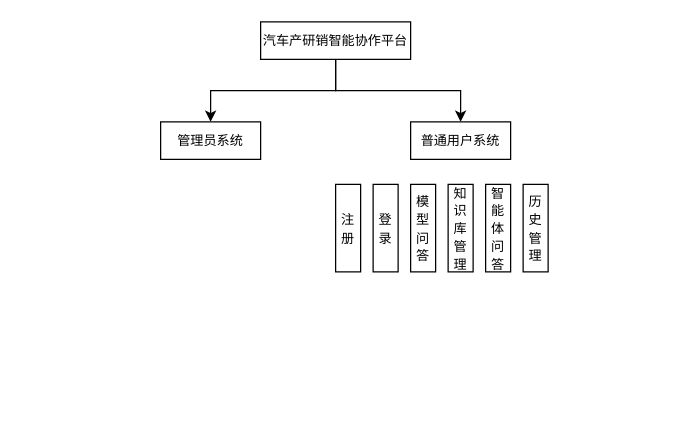
Earlier version of the draw.io diagram 系统功能模块.drawio (Chentx1243/draw.io). Source tidied: cells renumbered, new cells numbered last; positions are measured from the earlier drawing's top-left corner, leaving out a move shared by most shapes. Both pictures are drawn from the tidied source at 125%, with x=0, y=0 at pixel (160, 21).
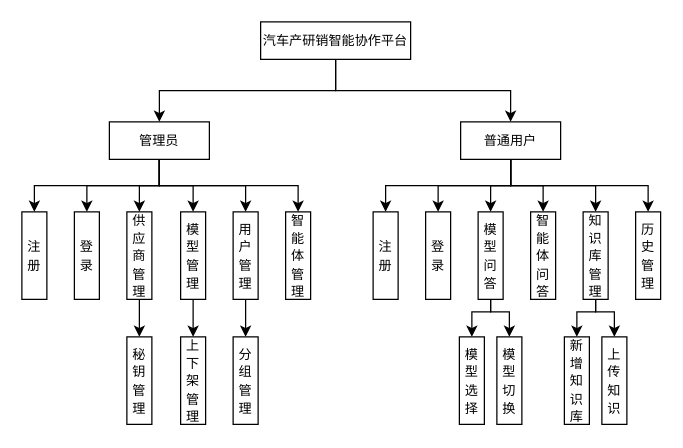
The same page after the edit.

Commit message (it also covers changes not shown here):
更新系统功能模块.drawio

The change refers to these unchanged cells:
```xml
<mxCell id="4" value="&lt;div class=&quot;lake-content&quot;&gt;&lt;span class=&quot;ne-text&quot; style=&quot;&quot;&gt;&lt;font face=&quot;宋体&quot; style=&quot;font-size: 10.5px;&quot;&gt;汽车产研销智能协作平台&lt;/font&gt;&lt;/span&gt;&lt;/div&gt;" style="rounded=0;whiteSpace=wrap;html=1;" parent="1" vertex="1">
  <mxGeometry x="80" width="120" height="30" as="geometry" />
</mxCell>
```

What changed in the source:
```diff
@@
+    <mxCell id="13" style="edgeStyle=orthogonalEdgeStyle;rounded=0;jettySize=auto;html=1;" parent="1" edge="1" source="14" target="44">
+      <mxGeometry relative="1" as="geometry" />
+    </mxCell>
+    <mxCell id="14" value="&lt;div class=&quot;lake-content&quot;&gt;&lt;span class=&quot;ne-text&quot; style=&quot;&quot;&gt;&lt;font face=&quot;宋体&quot; style=&quot;font-size: 10.5px;&quot;&gt;模型管理&lt;/font&gt;&lt;/span&gt;&lt;/div&gt;" style="rounded=0;whiteSpace=wrap;html=1;" parent="1" vertex="1">
+      <mxGeometry x="16" y="152" width="20" height="70" as="geometry" />
+    </mxCell>
+    <mxCell id="15" style="edgeStyle=orthogonalEdgeStyle;rounded=0;jettySize=auto;html=1;" parent="1" edge="1" source="16" target="43">
+      <mxGeometry relative="1" as="geometry" />
+    </mxCell>
+    <mxCell id="16" value="&lt;div class=&quot;lake-content&quot;&gt;&lt;span class=&quot;ne-text&quot; style=&quot;&quot;&gt;&lt;font face=&quot;宋体&quot; style=&quot;font-size: 10.5px;&quot;&gt;供应商管理&lt;/font&gt;&lt;/span&gt;&lt;/div&gt;" style="rounded=0;whiteSpace=wrap;html=1;" parent="1" vertex="1">
+      <mxGeometry x="-27" y="152" width="20" height="70" as="geometry" />
+    </mxCell>
+    <mxCell id="17" style="edgeStyle=orthogonalEdgeStyle;rounded=0;jettySize=auto;html=1;" parent="1" edge="1" source="18" target="42">
+      <mxGeometry relative="1" as="geometry" />
+    </mxCell>
+    <mxCell id="18" value="&lt;div class=&quot;lake-content&quot;&gt;&lt;span class=&quot;ne-text&quot; style=&quot;&quot;&gt;&lt;font face=&quot;宋体&quot; style=&quot;font-size: 10.5px;&quot;&gt;用户管理&lt;/font&gt;&lt;/span&gt;&lt;/div&gt;" style="rounded=0;whiteSpace=wrap;html=1;" parent="1" vertex="1">
+      <mxGeometry x="58" y="152" width="20" height="70" as="geometry" />
+    </mxCell>
+    <mxCell id="19" value="&lt;div class=&quot;lake-content&quot;&gt;&lt;font face=&quot;宋体&quot;&gt;&lt;span style=&quot;font-size: 10.5px;&quot;&gt;智能体管理&lt;/span&gt;&lt;/font&gt;&lt;/div&gt;" style="rounded=0;whiteSpace=wrap;html=1;" parent="1" vertex="1">
+      <mxGeometry x="100" y="152" width="20" height="70" as="geometry" />
+    </mxCell>
+    <mxCell id="20" value="&lt;div class=&quot;lake-content&quot;&gt;&lt;span class=&quot;ne-text&quot; style=&quot;&quot;&gt;&lt;font face=&quot;宋体&quot; style=&quot;font-size: 10.5px;&quot;&gt;登录&lt;/font&gt;&lt;/span&gt;&lt;/div&gt;" style="rounded=0;whiteSpace=wrap;html=1;" parent="1" vertex="1">
+      <mxGeometry x="-69" y="152" width="20" height="70" as="geometry" />
+    </mxCell>
+    <mxCell id="21" value="&lt;div class=&quot;lake-content&quot;&gt;&lt;span class=&quot;ne-text&quot; style=&quot;&quot;&gt;&lt;font face=&quot;宋体&quot; style=&quot;font-size: 10.5px;&quot;&gt;注册&lt;/font&gt;&lt;/span&gt;&lt;/div&gt;" style="rounded=0;whiteSpace=wrap;html=1;" parent="1" vertex="1">
+      <mxGeometry x="-111" y="152" width="20" height="70" as="geometry" />
+    </mxCell>
-    <mxCell id="2" style="edgeStyle=orthogonalEdgeStyle;rounded=0;jettySize=auto;html=1;entryX=0.5;entryY=0;entryDx=0;entryDy=0;" parent="1" edge="1" source="4" target="5">
+    <mxCell id="2" style="edgeStyle=orthogonalEdgeStyle;rounded=0;jettySize=auto;html=1;entryX=0.5;entryY=0;entryDx=0;entryDy=0;exitX=0.5;exitY=1;exitDx=0;exitDy=0;" parent="1" edge="1" source="4" target="5">
       <mxGeometry relative="1" as="geometry" />
     </mxCell>
-    <mxCell id="3" style="edgeStyle=orthogonalEdgeStyle;rounded=0;jettySize=auto;html=1;entryX=0.5;entryY=0;entryDx=0;entryDy=0;" parent="1" edge="1" source="4" target="6">
+    <mxCell id="3" style="edgeStyle=orthogonalEdgeStyle;rounded=0;jettySize=auto;html=1;entryX=0.5;entryY=0;entryDx=0;entryDy=0;exitX=0.5;exitY=1;exitDx=0;exitDy=0;" parent="1" edge="1" source="4" target="6">
       <mxGeometry relative="1" as="geometry" />
     </mxCell>
@@
+    <mxCell id="22" style="edgeStyle=orthogonalEdgeStyle;rounded=0;jettySize=auto;html=1;entryX=0.5;entryY=0;entryDx=0;entryDy=0;exitX=0.5;exitY=1;exitDx=0;exitDy=0;" parent="1" edge="1" source="5" target="21">
+      <mxGeometry relative="1" as="geometry" />
+    </mxCell>
+    <mxCell id="23" style="edgeStyle=orthogonalEdgeStyle;rounded=0;jettySize=auto;html=1;exitX=0.5;exitY=1;exitDx=0;exitDy=0;entryX=0.5;entryY=0;entryDx=0;entryDy=0;" parent="1" edge="1" source="5" target="20">
+      <mxGeometry relative="1" as="geometry" />
+    </mxCell>
+    <mxCell id="24" style="edgeStyle=orthogonalEdgeStyle;rounded=0;jettySize=auto;html=1;exitX=0.5;exitY=1;exitDx=0;exitDy=0;entryX=0.5;entryY=0;entryDx=0;entryDy=0;" parent="1" edge="1" source="5" target="16">
+      <mxGeometry relative="1" as="geometry" />
+    </mxCell>
+    <mxCell id="25" style="edgeStyle=orthogonalEdgeStyle;rounded=0;jettySize=auto;html=1;exitX=0.5;exitY=1;exitDx=0;exitDy=0;entryX=0.5;entryY=0;entryDx=0;entryDy=0;" parent="1" edge="1" source="5" target="14">
+      <mxGeometry relative="1" as="geometry" />
+    </mxCell>
+    <mxCell id="26" style="edgeStyle=orthogonalEdgeStyle;rounded=0;jettySize=auto;html=1;exitX=0.5;exitY=1;exitDx=0;exitDy=0;entryX=0.5;entryY=0;entryDx=0;entryDy=0;" parent="1" edge="1" source="5" target="18">
+      <mxGeometry relative="1" as="geometry" />
+    </mxCell>
+    <mxCell id="27" style="edgeStyle=orthogonalEdgeStyle;rounded=0;jettySize=auto;html=1;exitX=0.5;exitY=1;exitDx=0;exitDy=0;entryX=0.5;entryY=0;entryDx=0;entryDy=0;" parent="1" edge="1" source="5" target="19">
+      <mxGeometry relative="1" as="geometry" />
+    </mxCell>
-    <mxCell id="5" value="&lt;div class=&quot;lake-content&quot;&gt;&lt;span class=&quot;ne-text&quot; style=&quot;&quot;&gt;&lt;font face=&quot;宋体&quot; style=&quot;font-size: 10.5px;&quot;&gt;管理员系统&lt;/font&gt;&lt;/span&gt;&lt;/div&gt;" style="rounded=0;whiteSpace=wrap;html=1;" parent="1" vertex="1">
-      <mxGeometry y="80" width="80" height="30" as="geometry" />
+    <mxCell id="5" value="&lt;div class=&quot;lake-content&quot;&gt;&lt;span class=&quot;ne-text&quot; style=&quot;&quot;&gt;&lt;font face=&quot;宋体&quot; style=&quot;font-size: 10.5px;&quot;&gt;管理员&lt;/font&gt;&lt;/span&gt;&lt;/div&gt;" style="rounded=0;whiteSpace=wrap;html=1;" parent="1" vertex="1">
+      <mxGeometry x="-41" y="80" width="80" height="30" as="geometry" />
     </mxCell>
+    <mxCell id="28" style="edgeStyle=orthogonalEdgeStyle;rounded=0;jettySize=auto;html=1;exitX=0.5;exitY=1;exitDx=0;exitDy=0;entryX=0.5;entryY=0;entryDx=0;entryDy=0;" parent="1" edge="1" source="6" target="8">
+      <mxGeometry relative="1" as="geometry" />
+    </mxCell>
+    <mxCell id="29" style="edgeStyle=orthogonalEdgeStyle;rounded=0;jettySize=auto;html=1;exitX=0.5;exitY=1;exitDx=0;exitDy=0;entryX=0.5;entryY=0;entryDx=0;entryDy=0;" parent="1" edge="1" source="6" target="7">
+      <mxGeometry relative="1" as="geometry" />
+    </mxCell>
+    <mxCell id="30" style="edgeStyle=orthogonalEdgeStyle;rounded=0;jettySize=auto;html=1;exitX=0.5;exitY=1;exitDx=0;exitDy=0;entryX=0.5;entryY=0;entryDx=0;entryDy=0;" parent="1" edge="1" source="6" target="9">
+      <mxGeometry relative="1" as="geometry" />
+    </mxCell>
+    <mxCell id="31" style="edgeStyle=orthogonalEdgeStyle;rounded=0;jettySize=auto;html=1;exitX=0.5;exitY=1;exitDx=0;exitDy=0;entryX=0.5;entryY=0;entryDx=0;entryDy=0;" parent="1" edge="1" source="6" target="11">
+      <mxGeometry relative="1" as="geometry" />
+    </mxCell>
+    <mxCell id="32" style="edgeStyle=orthogonalEdgeStyle;rounded=0;jettySize=auto;html=1;exitX=0.5;exitY=1;exitDx=0;exitDy=0;entryX=0.5;entryY=0;entryDx=0;entryDy=0;" parent="1" edge="1" source="6" target="10">
+      <mxGeometry relative="1" as="geometry" />
+    </mxCell>
+    <mxCell id="33" style="edgeStyle=orthogonalEdgeStyle;rounded=0;jettySize=auto;html=1;exitX=0.5;exitY=1;exitDx=0;exitDy=0;entryX=0.5;entryY=0;entryDx=0;entryDy=0;" parent="1" edge="1" source="6" target="12">
+      <mxGeometry relative="1" as="geometry" />
+    </mxCell>
-    <mxCell id="6" value="&lt;div class=&quot;lake-content&quot;&gt;&lt;span class=&quot;ne-text&quot; style=&quot;&quot;&gt;&lt;font face=&quot;宋体&quot; style=&quot;font-size: 10.5px;&quot;&gt;普通用户系统&lt;/font&gt;&lt;/span&gt;&lt;/div&gt;" style="rounded=0;whiteSpace=wrap;html=1;" parent="1" vertex="1">
-      <mxGeometry x="200" y="80" width="80" height="30" as="geometry" />
+    <mxCell id="6" value="&lt;div class=&quot;lake-content&quot;&gt;&lt;span class=&quot;ne-text&quot; style=&quot;&quot;&gt;&lt;font face=&quot;宋体&quot; style=&quot;font-size: 10.5px;&quot;&gt;普通用户&lt;/font&gt;&lt;/span&gt;&lt;/div&gt;" style="rounded=0;whiteSpace=wrap;html=1;" parent="1" vertex="1">
+      <mxGeometry x="240" y="80" width="80" height="30" as="geometry" />
     </mxCell>
     <mxCell id="7" value="&lt;div class=&quot;lake-content&quot;&gt;&lt;span class=&quot;ne-text&quot; style=&quot;&quot;&gt;&lt;font face=&quot;宋体&quot; style=&quot;font-size: 10.5px;&quot;&gt;登录&lt;/font&gt;&lt;/span&gt;&lt;/div&gt;" style="rounded=0;whiteSpace=wrap;html=1;" parent="1" vertex="1">
-      <mxGeometry x="170" y="130" width="20" height="70" as="geometry" />
+      <mxGeometry x="212" y="152" width="20" height="70" as="geometry" />
     </mxCell>
     <mxCell id="8" value="&lt;div class=&quot;lake-content&quot;&gt;&lt;span class=&quot;ne-text&quot; style=&quot;&quot;&gt;&lt;font face=&quot;宋体&quot; style=&quot;font-size: 10.5px;&quot;&gt;注册&lt;/font&gt;&lt;/span&gt;&lt;/div&gt;" style="rounded=0;whiteSpace=wrap;html=1;" parent="1" vertex="1">
-      <mxGeometry x="140" y="130" width="20" height="70" as="geometry" />
+      <mxGeometry x="170" y="152" width="20" height="70" as="geometry" />
     </mxCell>
+    <mxCell id="34" style="edgeStyle=orthogonalEdgeStyle;rounded=0;jettySize=auto;html=1;entryX=0.5;entryY=0;entryDx=0;entryDy=0;" parent="1" edge="1" source="9" target="38">
+      <mxGeometry relative="1" as="geometry">
+        <Array as="points">
+          <mxPoint x="264" y="232" />
+          <mxPoint x="249" y="232" />
+        </Array>
+      </mxGeometry>
+    </mxCell>
+    <mxCell id="35" style="edgeStyle=orthogonalEdgeStyle;rounded=0;jettySize=auto;html=1;entryX=0.5;entryY=0;entryDx=0;entryDy=0;" parent="1" edge="1" source="9" target="39">
+      <mxGeometry relative="1" as="geometry">
+        <Array as="points">
+          <mxPoint x="264" y="232" />
+          <mxPoint x="279" y="232" />
+        </Array>
+      </mxGeometry>
+    </mxCell>
     <mxCell id="9" value="&lt;div class=&quot;lake-content&quot;&gt;&lt;span class=&quot;ne-text&quot; style=&quot;&quot;&gt;&lt;font face=&quot;宋体&quot; style=&quot;font-size: 10.5px;&quot;&gt;模型问答&lt;/font&gt;&lt;/span&gt;&lt;/div&gt;" style="rounded=0;whiteSpace=wrap;html=1;" parent="1" vertex="1">
-      <mxGeometry x="200" y="130" width="20" height="70" as="geometry" />
+      <mxGeometry x="254" y="152" width="20" height="70" as="geometry" />
     </mxCell>
+    <mxCell id="36" style="edgeStyle=orthogonalEdgeStyle;rounded=0;jettySize=auto;html=1;entryX=0.5;entryY=0;entryDx=0;entryDy=0;" parent="1" edge="1" source="10" target="40">
+      <mxGeometry relative="1" as="geometry">
+        <Array as="points">
+          <mxPoint x="348" y="232" />
+          <mxPoint x="333" y="232" />
+        </Array>
+      </mxGeometry>
+    </mxCell>
+    <mxCell id="37" style="edgeStyle=orthogonalEdgeStyle;rounded=0;jettySize=auto;html=1;entryX=0.5;entryY=0;entryDx=0;entryDy=0;" parent="1" edge="1" source="10" target="41">
+      <mxGeometry relative="1" as="geometry">
+        <Array as="points">
+          <mxPoint x="348" y="232" />
+          <mxPoint x="363" y="232" />
+        </Array>
+      </mxGeometry>
+    </mxCell>
     <mxCell id="10" value="&lt;div class=&quot;lake-content&quot;&gt;&lt;span class=&quot;ne-text&quot; style=&quot;&quot;&gt;&lt;font face=&quot;宋体&quot; style=&quot;font-size: 10.5px;&quot;&gt;知识库管理&lt;/font&gt;&lt;/span&gt;&lt;/div&gt;" style="rounded=0;whiteSpace=wrap;html=1;" parent="1" vertex="1">
-      <mxGeometry x="230" y="130" width="20" height="70" as="geometry" />
+      <mxGeometry x="338" y="152" width="20" height="70" as="geometry" />
     </mxCell>
     <mxCell id="11" value="&lt;div class=&quot;lake-content&quot;&gt;&lt;span class=&quot;ne-text&quot; style=&quot;&quot;&gt;&lt;font face=&quot;宋体&quot; style=&quot;font-size: 10.5px;&quot;&gt;智能体问答&lt;/font&gt;&lt;/span&gt;&lt;/div&gt;" style="rounded=0;whiteSpace=wrap;html=1;" parent="1" vertex="1">
-      <mxGeometry x="260" y="130" width="20" height="70" as="geometry" />
+      <mxGeometry x="296" y="152" width="20" height="70" as="geometry" />
     </mxCell>
     <mxCell id="12" value="&lt;div class=&quot;lake-content&quot;&gt;&lt;font face=&quot;宋体&quot;&gt;&lt;span style=&quot;font-size: 10.5px;&quot;&gt;历史管理&lt;/span&gt;&lt;/font&gt;&lt;/div&gt;" style="rounded=0;whiteSpace=wrap;html=1;" parent="1" vertex="1">
-      <mxGeometry x="290" y="130" width="20" height="70" as="geometry" />
+      <mxGeometry x="380" y="152" width="20" height="70" as="geometry" />
     </mxCell>
+    <mxCell id="38" value="&lt;div class=&quot;lake-content&quot;&gt;&lt;span class=&quot;ne-text&quot; style=&quot;&quot;&gt;&lt;font face=&quot;宋体&quot; style=&quot;font-size: 10.5px;&quot;&gt;模型选择&lt;/font&gt;&lt;/span&gt;&lt;/div&gt;" style="rounded=0;whiteSpace=wrap;html=1;" parent="1" vertex="1">
+      <mxGeometry x="239" y="252" width="20" height="70" as="geometry" />
+    </mxCell>
+    <mxCell id="39" value="&lt;div class=&quot;lake-content&quot;&gt;&lt;span class=&quot;ne-text&quot; style=&quot;&quot;&gt;&lt;font face=&quot;宋体&quot; style=&quot;font-size: 10.5px;&quot;&gt;模型切换&lt;/font&gt;&lt;/span&gt;&lt;/div&gt;" style="rounded=0;whiteSpace=wrap;html=1;" parent="1" vertex="1">
+      <mxGeometry x="269" y="252" width="20" height="70" as="geometry" />
+    </mxCell>
+    <mxCell id="40" value="&lt;div class=&quot;lake-content&quot;&gt;&lt;span class=&quot;ne-text&quot; style=&quot;&quot;&gt;&lt;font face=&quot;宋体&quot; style=&quot;font-size: 10.5px;&quot;&gt;新增知识库&lt;/font&gt;&lt;/span&gt;&lt;/div&gt;" style="rounded=0;whiteSpace=wrap;html=1;" parent="1" vertex="1">
+      <mxGeometry x="323" y="252" width="20" height="70" as="geometry" />
+    </mxCell>
+    <mxCell id="41" value="&lt;div class=&quot;lake-content&quot;&gt;&lt;span class=&quot;ne-text&quot; style=&quot;&quot;&gt;&lt;font face=&quot;宋体&quot; style=&quot;font-size: 10.5px;&quot;&gt;上传知识&lt;/font&gt;&lt;/span&gt;&lt;/div&gt;" style="rounded=0;whiteSpace=wrap;html=1;" parent="1" vertex="1">
+      <mxGeometry x="353" y="252" width="20" height="70" as="geometry" />
+    </mxCell>
+    <mxCell id="42" value="&lt;div class=&quot;lake-content&quot;&gt;&lt;span class=&quot;ne-text&quot; style=&quot;&quot;&gt;&lt;font face=&quot;宋体&quot; style=&quot;font-size: 10.5px;&quot;&gt;分组管理&lt;/font&gt;&lt;/span&gt;&lt;/div&gt;" style="rounded=0;whiteSpace=wrap;html=1;" parent="1" vertex="1">
+      <mxGeometry x="58" y="252" width="20" height="70" as="geometry" />
+    </mxCell>
+    <mxCell id="43" value="&lt;div class=&quot;lake-content&quot;&gt;&lt;font face=&quot;宋体&quot;&gt;&lt;span style=&quot;font-size: 10.5px;&quot;&gt;秘钥管理&lt;/span&gt;&lt;/font&gt;&lt;/div&gt;" style="rounded=0;whiteSpace=wrap;html=1;" parent="1" vertex="1">
+      <mxGeometry x="-27" y="252" width="20" height="70" as="geometry" />
+    </mxCell>
+    <mxCell id="44" value="&lt;div class=&quot;lake-content&quot;&gt;&lt;font face=&quot;宋体&quot;&gt;&lt;span style=&quot;font-size: 10.5px;&quot;&gt;上下架管理&lt;/span&gt;&lt;/font&gt;&lt;/div&gt;" style="rounded=0;whiteSpace=wrap;html=1;" parent="1" vertex="1">
+      <mxGeometry x="16" y="252" width="20" height="70" as="geometry" />
+    </mxCell>
```
